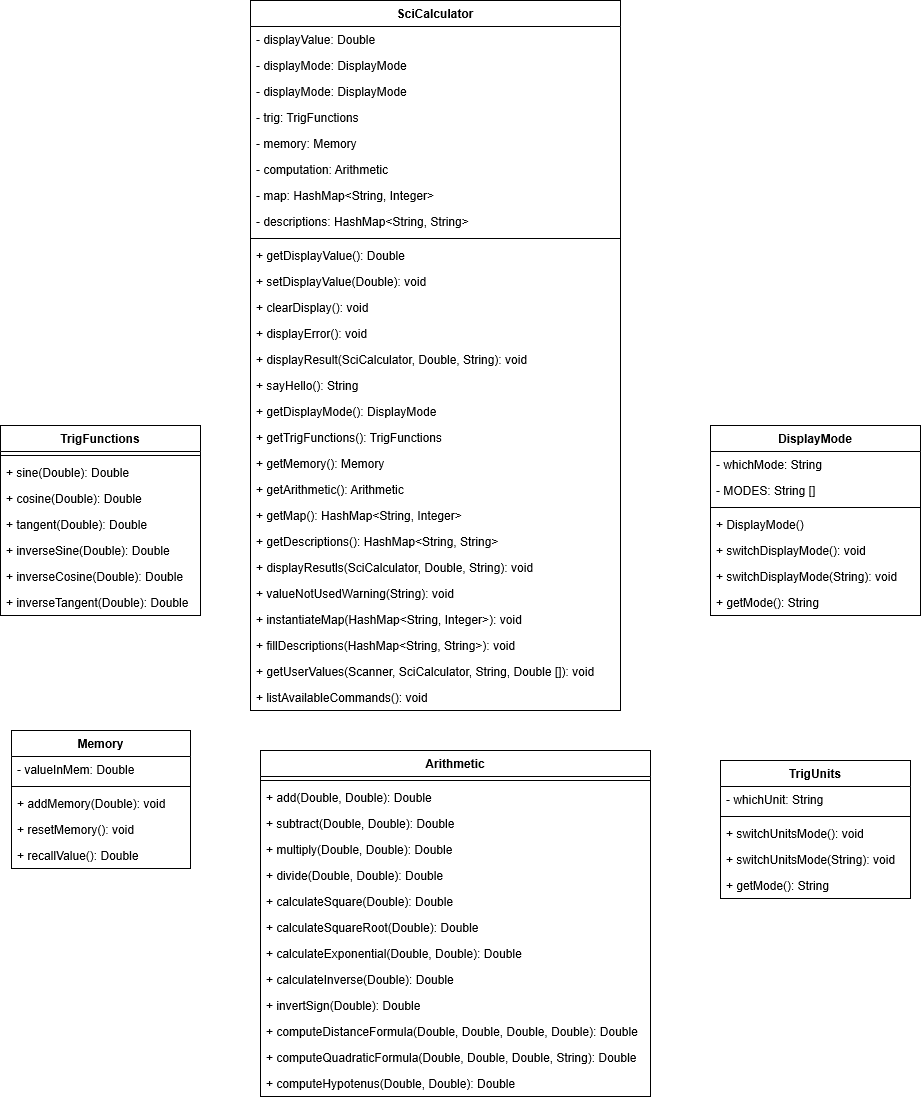
KaveeshaW/StayReadyLab02 keeps this draw.io diagram as umls/SciCalculator.png. Above is the earlier version. Source tidied: cells renumbered, new cells last; positions are measured from the earlier drawing's top-left corner, leaving out a move shared by most shapes.
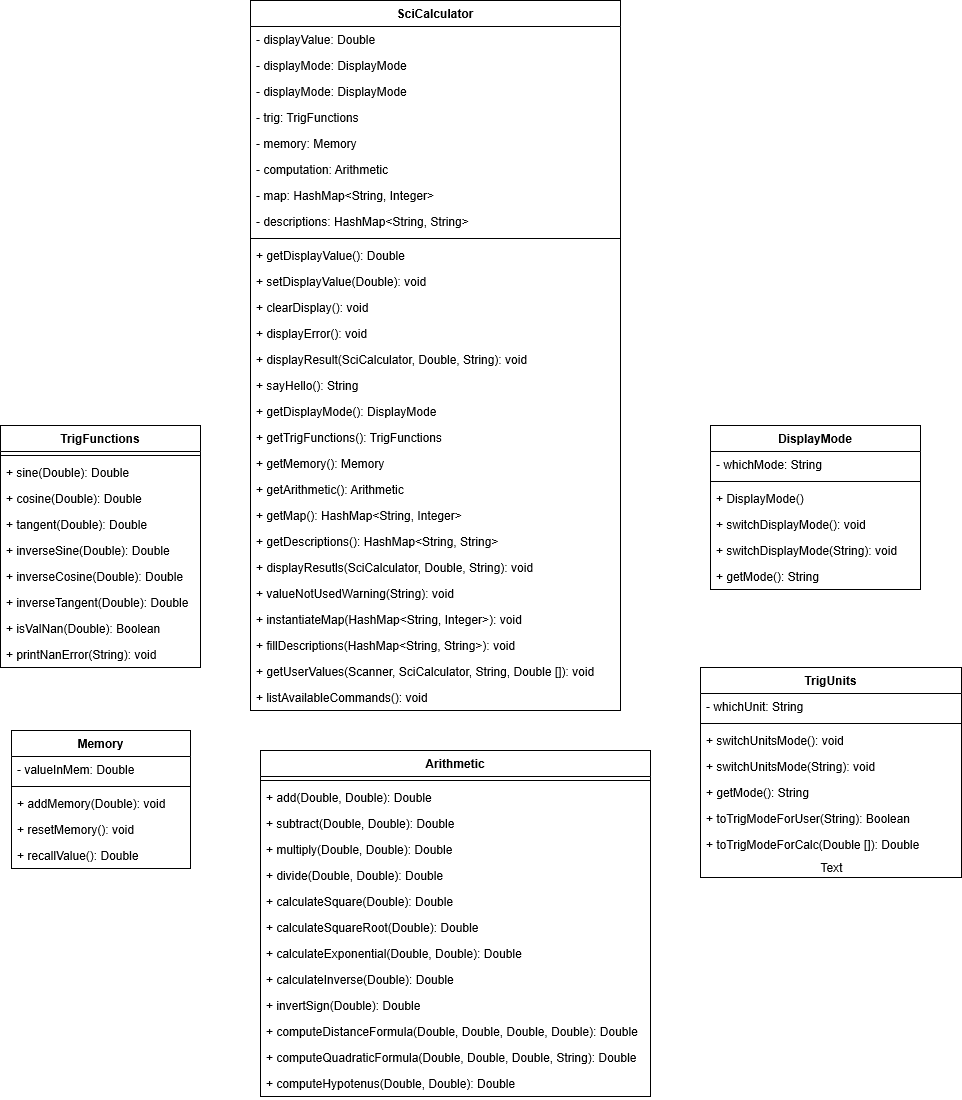
After the change.

Change to the diagram source:
```diff
@@ -63,7 +63,7 @@
       <mxGeometry y="320" width="390" height="26" as="geometry" />
     </mxCell>
     <mxCell id="22" value="TrigFunctions" style="swimlane;fontStyle=1;align=center;verticalAlign=top;horizontal=1;startSize=26;" parent="1" vertex="1">
-      <mxGeometry y="425" width="200" height="190" as="geometry" />
+      <mxGeometry y="425" width="200" height="242" as="geometry" />
     </mxCell>
     <mxCell id="23" style="line;strokeWidth=1;fillColor=none;align=left;verticalAlign=middle;spacingTop=-1;spacingLeft=3;spacingRight=3;labelPosition=right;" parent="22" vertex="1">
       <mxGeometry y="26" width="200" height="8" as="geometry" />
@@ -86,47 +86,32 @@
     <mxCell id="29" value="+ inverseTangent(Double): Double" style="text;strokeColor=none;fillColor=none;align=left;verticalAlign=top;spacingLeft=4;spacingRight=4;overflow=hidden;" parent="22" vertex="1">
       <mxGeometry y="164" width="200" height="26" as="geometry" />
     </mxCell>
-    <mxCell id="30" value="TrigUnits" style="swimlane;fontStyle=1;align=center;verticalAlign=top;horizontal=1;startSize=26;" parent="1" vertex="1">
-      <mxGeometry x="720" y="760" width="190" height="138" as="geometry" />
-    </mxCell>
-    <mxCell id="31" value="- whichUnit: String" style="text;strokeColor=none;fillColor=none;align=left;verticalAlign=top;spacingLeft=4;spacingRight=4;overflow=hidden;" parent="30" vertex="1">
-      <mxGeometry y="26" width="190" height="26" as="geometry" />
-    </mxCell>
-    <mxCell id="32" style="line;strokeWidth=1;fillColor=none;align=left;verticalAlign=middle;spacingTop=-1;spacingLeft=3;spacingRight=3;labelPosition=right;" parent="30" vertex="1">
-      <mxGeometry y="52" width="190" height="8" as="geometry" />
-    </mxCell>
-    <mxCell id="33" value="+ switchUnitsMode(): void" style="text;strokeColor=none;fillColor=none;align=left;verticalAlign=top;spacingLeft=4;spacingRight=4;overflow=hidden;" parent="30" vertex="1">
-      <mxGeometry y="60" width="190" height="26" as="geometry" />
-    </mxCell>
-    <mxCell id="34" value="+ switchUnitsMode(String): void" style="text;strokeColor=none;fillColor=none;align=left;verticalAlign=top;spacingLeft=4;spacingRight=4;overflow=hidden;" parent="30" vertex="1">
-      <mxGeometry y="86" width="190" height="26" as="geometry" />
-    </mxCell>
-    <mxCell id="35" value="+ getMode(): String" style="text;strokeColor=none;fillColor=none;align=left;verticalAlign=top;spacingLeft=4;spacingRight=4;overflow=hidden;" parent="30" vertex="1">
-      <mxGeometry y="112" width="190" height="26" as="geometry" />
-    </mxCell>
+    <mxCell id="72" value="+ isValNan(Double): Boolean" style="text;strokeColor=none;fillColor=none;align=left;verticalAlign=top;spacingLeft=4;spacingRight=4;overflow=hidden;" parent="22" vertex="1">
+      <mxGeometry y="190" width="200" height="26" as="geometry" />
+    </mxCell>
+    <mxCell id="73" value="+ printNanError(String): void" style="text;strokeColor=none;fillColor=none;align=left;verticalAlign=top;spacingLeft=4;spacingRight=4;overflow=hidden;" parent="22" vertex="1">
+      <mxGeometry y="216" width="200" height="26" as="geometry" />
+    </mxCell>
     <mxCell id="36" value="DisplayMode" style="swimlane;fontStyle=1;align=center;verticalAlign=top;horizontal=1;startSize=26;" parent="1" vertex="1">
-      <mxGeometry x="710" y="425" width="210" height="190" as="geometry" />
+      <mxGeometry x="710" y="425" width="210" height="164" as="geometry" />
     </mxCell>
     <mxCell id="37" value="- whichMode: String " style="text;strokeColor=none;fillColor=none;align=left;verticalAlign=top;spacingLeft=4;spacingRight=4;overflow=hidden;" parent="36" vertex="1">
       <mxGeometry y="26" width="210" height="26" as="geometry" />
     </mxCell>
-    <mxCell id="38" value="- MODES: String []" style="text;strokeColor=none;fillColor=none;align=left;verticalAlign=top;spacingLeft=4;spacingRight=4;overflow=hidden;" parent="36" vertex="1">
-      <mxGeometry y="52" width="210" height="26" as="geometry" />
-    </mxCell>
     <mxCell id="39" style="line;strokeWidth=1;fillColor=none;align=left;verticalAlign=middle;spacingTop=-1;spacingLeft=3;spacingRight=3;labelPosition=right;" parent="36" vertex="1">
-      <mxGeometry y="78" width="210" height="8" as="geometry" />
+      <mxGeometry y="52" width="210" height="8" as="geometry" />
     </mxCell>
     <mxCell id="40" value="+ DisplayMode()" style="text;strokeColor=none;fillColor=none;align=left;verticalAlign=top;spacingLeft=4;spacingRight=4;overflow=hidden;" parent="36" vertex="1">
-      <mxGeometry y="86" width="210" height="26" as="geometry" />
+      <mxGeometry y="60" width="210" height="26" as="geometry" />
     </mxCell>
     <mxCell id="41" value="+ switchDisplayMode(): void" style="text;strokeColor=none;fillColor=none;align=left;verticalAlign=top;spacingLeft=4;spacingRight=4;overflow=hidden;" parent="36" vertex="1">
-      <mxGeometry y="112" width="210" height="26" as="geometry" />
+      <mxGeometry y="86" width="210" height="26" as="geometry" />
     </mxCell>
     <mxCell id="42" value="+ switchDisplayMode(String): void" style="text;strokeColor=none;fillColor=none;align=left;verticalAlign=top;spacingLeft=4;spacingRight=4;overflow=hidden;" parent="36" vertex="1">
-      <mxGeometry y="138" width="210" height="26" as="geometry" />
+      <mxGeometry y="112" width="210" height="26" as="geometry" />
     </mxCell>
     <mxCell id="43" value="+ getMode(): String" style="text;strokeColor=none;fillColor=none;align=left;verticalAlign=top;spacingLeft=4;spacingRight=4;overflow=hidden;" parent="36" vertex="1">
-      <mxGeometry y="164" width="210" height="26" as="geometry" />
+      <mxGeometry y="138" width="210" height="26" as="geometry" />
     </mxCell>
     <mxCell id="44" value="SciCalculator" style="swimlane;fontStyle=1;align=center;verticalAlign=top;horizontal=1;startSize=26;" parent="1" vertex="1">
       <mxGeometry x="250" width="370" height="710" as="geometry" />
@@ -212,5 +197,32 @@
     <mxCell id="71" value="+ listAvailableCommands(): void" style="text;strokeColor=none;fillColor=none;align=left;verticalAlign=top;spacingLeft=4;spacingRight=4;overflow=hidden;" parent="44" vertex="1">
       <mxGeometry y="684" width="370" height="26" as="geometry" />
     </mxCell>
+    <mxCell id="30" value="TrigUnits" style="swimlane;fontStyle=1;align=center;verticalAlign=top;horizontal=1;startSize=26;" parent="1" vertex="1">
+      <mxGeometry x="700" y="667" width="261" height="210" as="geometry" />
+    </mxCell>
+    <mxCell id="31" value="- whichUnit: String" style="text;strokeColor=none;fillColor=none;align=left;verticalAlign=top;spacingLeft=4;spacingRight=4;overflow=hidden;" parent="30" vertex="1">
+      <mxGeometry y="26" width="261" height="26" as="geometry" />
+    </mxCell>
+    <mxCell id="32" style="line;strokeWidth=1;fillColor=none;align=left;verticalAlign=middle;spacingTop=-1;spacingLeft=3;spacingRight=3;labelPosition=right;" parent="30" vertex="1">
+      <mxGeometry y="52" width="261" height="8" as="geometry" />
+    </mxCell>
+    <mxCell id="33" value="+ switchUnitsMode(): void" style="text;strokeColor=none;fillColor=none;align=left;verticalAlign=top;spacingLeft=4;spacingRight=4;overflow=hidden;" parent="30" vertex="1">
+      <mxGeometry y="60" width="261" height="26" as="geometry" />
+    </mxCell>
+    <mxCell id="34" value="+ switchUnitsMode(String): void" style="text;strokeColor=none;fillColor=none;align=left;verticalAlign=top;spacingLeft=4;spacingRight=4;overflow=hidden;" parent="30" vertex="1">
+      <mxGeometry y="86" width="261" height="26" as="geometry" />
+    </mxCell>
+    <mxCell id="35" value="+ getMode(): String" style="text;strokeColor=none;fillColor=none;align=left;verticalAlign=top;spacingLeft=4;spacingRight=4;overflow=hidden;" parent="30" vertex="1">
+      <mxGeometry y="112" width="261" height="26" as="geometry" />
+    </mxCell>
+    <mxCell id="74" value="+ toTrigModeForUser(String): Boolean" style="text;strokeColor=none;fillColor=none;align=left;verticalAlign=top;spacingLeft=4;spacingRight=4;overflow=hidden;" parent="30" vertex="1">
+      <mxGeometry y="138" width="261" height="26" as="geometry" />
+    </mxCell>
+    <mxCell id="75" value="+ toTrigModeForCalc(Double []): Double" style="text;strokeColor=none;fillColor=none;align=left;verticalAlign=top;spacingLeft=4;spacingRight=4;overflow=hidden;" parent="30" vertex="1">
+      <mxGeometry y="164" width="261" height="26" as="geometry" />
+    </mxCell>
+    <mxCell id="76" value="Text" style="text;html=1;align=center;verticalAlign=middle;" parent="30" vertex="1">
+      <mxGeometry y="190" width="261" height="20" as="geometry" />
+    </mxCell>
   </root>
 </mxGraphModel>
```
